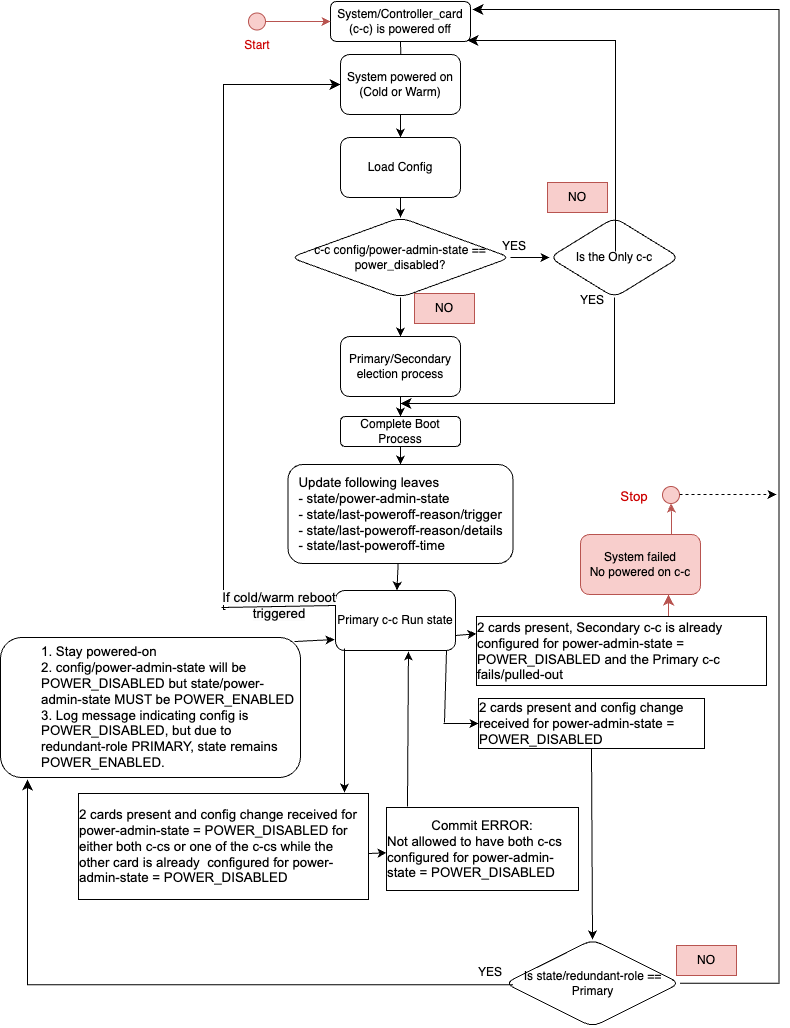
openconfig/public keeps this draw.io diagram as doc/img/controller_card.png. Above is the earlier version. Source tidied: cells renumbered, new cells last; positions are measured from the earlier drawing's top-left corner, leaving out a move shared by most shapes.
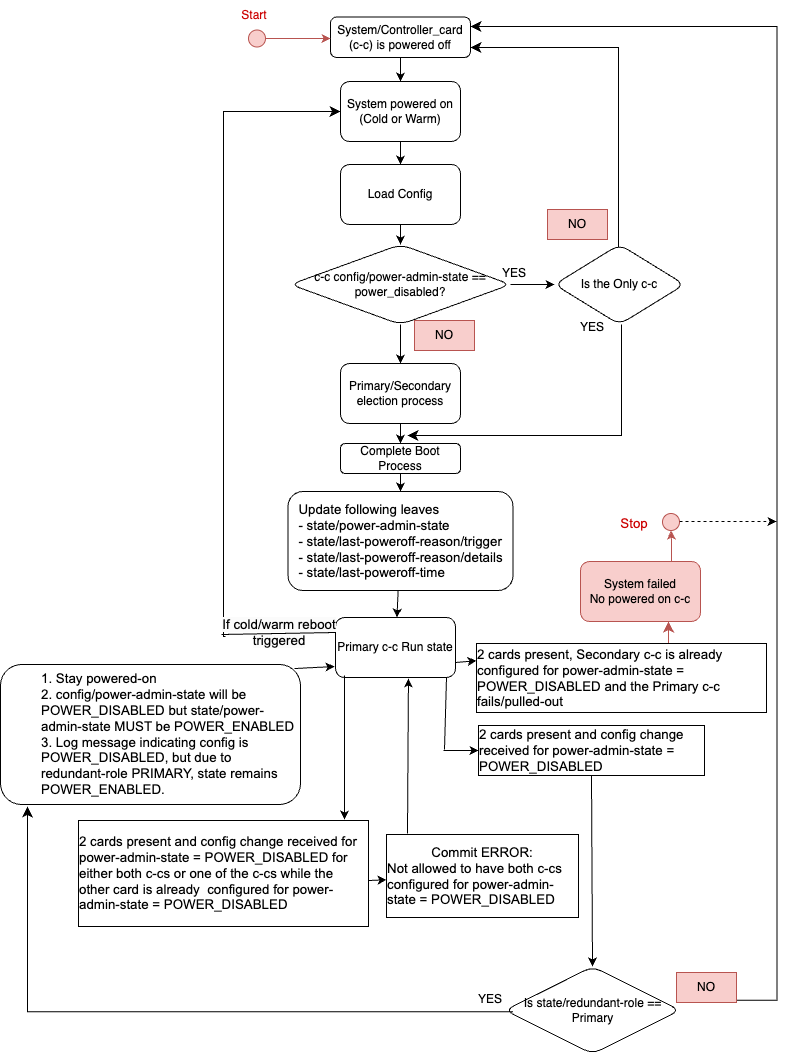
Later version of the same file.

What changed in the source:
```diff
@@ -2,13 +2,11 @@
   <root>
     <mxCell id="0" />
     <mxCell id="1" parent="0" />
-    <mxCell id="2" style="edgeStyle=orthogonalEdgeStyle;rounded=0;jettySize=auto;html=1;" parent="1" edge="1" target="5">
-      <mxGeometry relative="1" as="geometry">
-        <mxPoint x="400" y="40" as="sourcePoint" />
-      </mxGeometry>
-    </mxCell>
+    <mxCell id="57" style="edgeStyle=none;rounded=0;jettySize=auto;html=1;entryX=0.5;entryY=0;entryDx=0;entryDy=0;" parent="1" edge="1" source="3" target="5">
+      <mxGeometry relative="1" as="geometry" />
+    </mxCell>
     <mxCell id="3" value="System/Controller_card (c-c) is powered off" style="rounded=1;whiteSpace=wrap;html=1;fontSize=12;glass=0;strokeWidth=1;shadow=0;" parent="1" vertex="1">
-      <mxGeometry x="330" width="140" height="40" as="geometry" />
+      <mxGeometry x="330" y="-11.5" width="140" height="40.5" as="geometry" />
     </mxCell>
     <mxCell id="4" style="edgeStyle=orthogonalEdgeStyle;rounded=0;jettySize=auto;html=1;" parent="1" edge="1" source="5" target="7">
       <mxGeometry relative="1" as="geometry" />
@@ -53,29 +51,31 @@
       <mxGeometry x="335" y="589" width="120" height="60" as="geometry" />
     </mxCell>
     <mxCell id="18" value="Is the Only c-c" style="rhombus;whiteSpace=wrap;html=1;rounded=1;glass=0;strokeWidth=1;shadow=0;" parent="1" vertex="1">
-      <mxGeometry x="549" y="216" width="130" height="80" as="geometry" />
+      <mxGeometry x="554" y="216" width="130" height="80" as="geometry" />
     </mxCell>
     <mxCell id="19" value="Is state/redundant-role == Primary" style="rhombus;whiteSpace=wrap;html=1;rounded=1;glass=0;strokeWidth=1;shadow=0;" parent="1" vertex="1">
       <mxGeometry x="504.5" y="938" width="175" height="87.5" as="geometry" />
     </mxCell>
-    <mxCell id="20" style="edgeStyle=elbowEdgeStyle;elbow=horizontal;endArrow=classic;html=1;curved=0;rounded=0;endSize=8;startSize=8;exitX=0.75;exitY=1;exitDx=0;exitDy=0;startArrow=none;" parent="1" edge="1">
+    <mxCell id="20" style="edgeStyle=elbowEdgeStyle;elbow=horizontal;endArrow=classic;html=1;curved=0;rounded=0;endSize=8;startSize=8;startArrow=none;" parent="1" edge="1">
       <mxGeometry relative="1" as="geometry">
-        <mxPoint x="615" y="250" as="sourcePoint" />
-        <mxPoint x="467" y="39" as="targetPoint" />
+        <mxPoint x="618" y="219" as="sourcePoint" />
+        <mxPoint x="470" y="19" as="targetPoint" />
         <Array as="points">
-          <mxPoint x="615" y="139" />
-          <mxPoint x="617" y="49" />
+          <mxPoint x="618" y="119" />
+          <mxPoint x="620" y="29" />
         </Array>
       </mxGeometry>
     </mxCell>
     <mxCell id="21" value="YES" style="text;html=1;strokeColor=none;fillColor=none;align=center;verticalAlign=middle;whiteSpace=wrap;rounded=0;" parent="1" vertex="1">
       <mxGeometry x="484" y="230" width="60" height="30" as="geometry" />
     </mxCell>
-    <mxCell id="22" style="edgeStyle=segmentEdgeStyle;endArrow=classic;html=1;curved=0;rounded=0;endSize=8;startSize=8;exitX=0.5;exitY=1;exitDx=0;exitDy=0;startArrow=none;" parent="1" edge="1" source="18">
+    <mxCell id="22" style="edgeStyle=segmentEdgeStyle;endArrow=classic;html=1;curved=0;rounded=0;endSize=8;startSize=8;startArrow=none;" parent="1" edge="1">
       <mxGeometry relative="1" as="geometry">
-        <mxPoint x="400" y="402" as="targetPoint" />
+        <mxPoint x="621" y="296" as="sourcePoint" />
+        <mxPoint x="407" y="407" as="targetPoint" />
         <Array as="points">
-          <mxPoint x="614" y="402" />
+          <mxPoint x="621" y="296" />
+          <mxPoint x="621" y="407" />
         </Array>
       </mxGeometry>
     </mxCell>
@@ -129,14 +129,15 @@
         <mxPoint x="444" y="721" as="targetPoint" />
       </mxGeometry>
     </mxCell>
-    <mxCell id="33" style="edgeStyle=elbowEdgeStyle;elbow=horizontal;endArrow=classic;html=1;curved=0;rounded=0;endSize=8;startSize=8;startArrow=none;exitX=1;exitY=0.5;exitDx=0;exitDy=0;" parent="1" edge="1" source="19">
+    <mxCell id="33" style="edgeStyle=elbowEdgeStyle;elbow=horizontal;endArrow=classic;html=1;curved=0;rounded=0;endSize=8;startSize=8;startArrow=none;exitX=1;exitY=0.5;exitDx=0;exitDy=0;" parent="1" edge="1">
       <mxGeometry relative="1" as="geometry">
-        <mxPoint x="472" y="8" as="targetPoint" />
+        <mxPoint x="677.5" y="971.8" as="sourcePoint" />
+        <mxPoint x="470" y="-2" as="targetPoint" />
         <Array as="points">
-          <mxPoint x="778.5" y="515" />
-          <mxPoint x="768" y="861" />
-          <mxPoint x="778" y="781" />
-          <mxPoint x="1038" y="461" />
+          <mxPoint x="776.5" y="505" />
+          <mxPoint x="766" y="851" />
+          <mxPoint x="776" y="771" />
+          <mxPoint x="1036" y="451" />
         </Array>
       </mxGeometry>
     </mxCell>
@@ -176,14 +177,20 @@
     <mxCell id="41" value="&lt;font face=&quot;Arial, sans-serif&quot;&gt;&lt;span style=&quot;font-size: 13.3333px;&quot;&gt;Stop&lt;/span&gt;&lt;/font&gt;" style="text;html=1;strokeColor=none;fillColor=none;align=center;verticalAlign=middle;whiteSpace=wrap;rounded=0;fontColor=#CC0000;" parent="1" vertex="1">
       <mxGeometry x="606" y="485" width="56" height="20" as="geometry" />
     </mxCell>
-    <mxCell id="42" style="edgeStyle=orthogonalEdgeStyle;rounded=0;jettySize=auto;html=1;fillColor=#f8cecc;strokeColor=#b85450;" parent="1" edge="1" source="43" target="3">
-      <mxGeometry relative="1" as="geometry" />
+    <mxCell id="42" style="edgeStyle=orthogonalEdgeStyle;rounded=0;jettySize=auto;html=1;fillColor=#f8cecc;strokeColor=#b85450;" parent="1" edge="1" source="43">
+      <mxGeometry relative="1" as="geometry">
+        <mxPoint x="330" y="10" as="targetPoint" />
+        <Array as="points">
+          <mxPoint x="305" y="10" />
+          <mxPoint x="305" y="10" />
+        </Array>
+      </mxGeometry>
     </mxCell>
     <mxCell id="43" style="ellipse;whiteSpace=wrap;html=1;fillColor=#f8cecc;strokeColor=#b85450;" parent="1" vertex="1">
-      <mxGeometry x="248" y="11.5" width="17" height="17" as="geometry" />
+      <mxGeometry x="248" y="1.5" width="17" height="17" as="geometry" />
     </mxCell>
     <mxCell id="44" value="Start" style="text;html=1;strokeColor=none;fillColor=none;align=center;verticalAlign=middle;whiteSpace=wrap;rounded=0;fontColor=#CC0000;" parent="1" vertex="1">
-      <mxGeometry x="226.5" y="28.5" width="60" height="30" as="geometry" />
+      <mxGeometry x="224" y="-28.5" width="60" height="30" as="geometry" />
     </mxCell>
     <mxCell id="45" value="NO" style="text;html=1;strokeColor=#b85450;fillColor=#f8cecc;align=center;verticalAlign=middle;whiteSpace=wrap;rounded=0;" parent="1" vertex="1">
       <mxGeometry x="547" y="181" width="60" height="30" as="geometry" />
```
